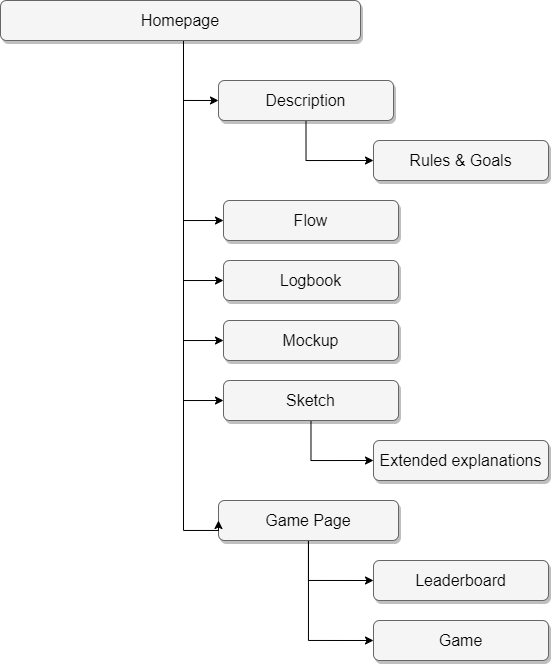
Earlier version of the draw.io export ressources/site/Sitemap.png (dehlya/TP1_start). Source tidied: cells renumbered, new cells last; positions are measured from the earlier drawing's top-left corner, leaving out a move shared by most shapes.
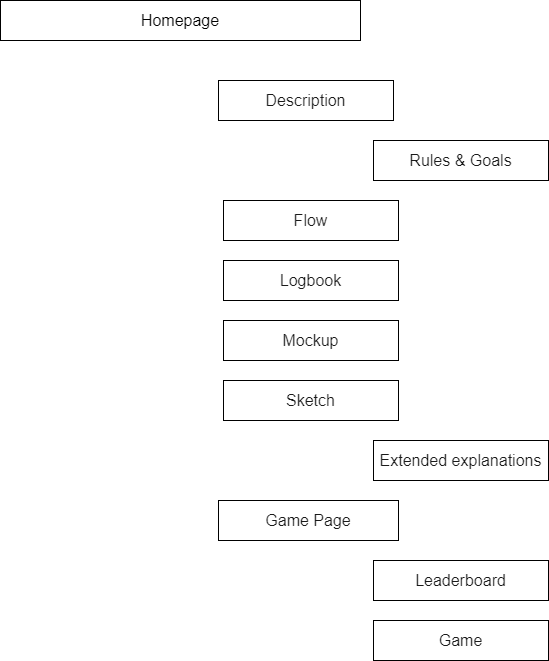
Later version of the same file.

Commit message:
Flow + sitemap

What changed in the source:
```diff
@@ -2,91 +2,91 @@
   <root>
     <mxCell id="0" style="html=1;" />
     <mxCell id="1" style="html=1;" parent="0" />
-    <mxCell id="2" style="edgeStyle=orthogonalEdgeStyle;rounded=0;jettySize=auto;html=1;entryX=0;entryY=0.5;entryDx=0;entryDy=0;exitX=0.5;exitY=1;exitDx=0;exitDy=0;" parent="1" edge="1" source="21" target="18">
+    <mxCell id="2" style="edgeStyle=orthogonalEdgeStyle;rounded=0;jettySize=auto;html=1;entryX=0;entryY=0.5;entryDx=0;entryDy=0;exitX=0.5;exitY=1;exitDx=0;exitDy=0;labelBackgroundColor=none;strokeColor=#FFFFFF;fontColor=default;fontSize=16;" parent="1" edge="1" source="21" target="18">
       <mxGeometry relative="1" as="geometry" />
     </mxCell>
-    <mxCell id="3" style="edgeStyle=orthogonalEdgeStyle;rounded=0;jettySize=auto;html=1;entryX=0;entryY=0.5;entryDx=0;entryDy=0;" parent="1" edge="1" source="5" target="17">
+    <mxCell id="3" style="edgeStyle=orthogonalEdgeStyle;rounded=0;jettySize=auto;html=1;entryX=0;entryY=0.5;entryDx=0;entryDy=0;labelBackgroundColor=none;strokeColor=#FFFFFF;fontColor=default;fontSize=16;" parent="1" edge="1" source="5" target="17">
       <mxGeometry relative="1" as="geometry" />
     </mxCell>
-    <mxCell id="4" style="edgeStyle=orthogonalEdgeStyle;rounded=0;jettySize=auto;html=1;entryX=0;entryY=0.5;entryDx=0;entryDy=0;" parent="1" edge="1" source="5" target="16">
+    <mxCell id="4" style="edgeStyle=orthogonalEdgeStyle;rounded=0;jettySize=auto;html=1;entryX=0;entryY=0.5;entryDx=0;entryDy=0;labelBackgroundColor=none;strokeColor=#FFFFFF;fontColor=default;fontSize=16;" parent="1" edge="1" source="5" target="16">
       <mxGeometry relative="1" as="geometry" />
     </mxCell>
-    <mxCell id="5" value="Game Page" style="whiteSpace=wrap;html=1;rounded=1;shadow=1;strokeWidth=1;fontSize=16;align=center;fillColor=#f5f5f5;strokeColor=#666666;" parent="1" vertex="1">
+    <mxCell id="5" value="Game Page" style="whiteSpace=wrap;html=1;rounded=0;shadow=0;strokeWidth=1;fontSize=16;align=center;labelBackgroundColor=none;fillColor=#FFFFFF;strokeColor=#000000;fontColor=#1A1A1A;glass=0;perimeterSpacing=0;gradientColor=none;" parent="1" vertex="1">
       <mxGeometry x="218" y="500" width="180" height="40" as="geometry" />
     </mxCell>
-    <mxCell id="6" style="edgeStyle=orthogonalEdgeStyle;rounded=0;jettySize=auto;html=1;entryX=0;entryY=0.5;entryDx=0;entryDy=0;" parent="1" edge="1" source="12" target="21">
+    <mxCell id="6" style="edgeStyle=orthogonalEdgeStyle;rounded=0;jettySize=auto;html=1;entryX=0;entryY=0.5;entryDx=0;entryDy=0;labelBackgroundColor=none;strokeColor=#FFFFFF;fontColor=default;fontSize=16;" parent="1" edge="1" source="12" target="21">
       <mxGeometry relative="1" as="geometry">
         <Array as="points">
           <mxPoint x="183" y="100" />
         </Array>
       </mxGeometry>
     </mxCell>
-    <mxCell id="7" style="edgeStyle=orthogonalEdgeStyle;rounded=0;jettySize=auto;html=1;entryX=0;entryY=0.5;entryDx=0;entryDy=0;" parent="1" edge="1" source="12" target="13">
+    <mxCell id="7" style="edgeStyle=orthogonalEdgeStyle;rounded=0;jettySize=auto;html=1;entryX=0;entryY=0.5;entryDx=0;entryDy=0;labelBackgroundColor=none;strokeColor=#FFFFFF;fontColor=default;fontSize=16;" parent="1" edge="1" source="12" target="13">
       <mxGeometry relative="1" as="geometry">
         <Array as="points">
           <mxPoint x="183" y="220" />
         </Array>
       </mxGeometry>
     </mxCell>
-    <mxCell id="8" style="edgeStyle=orthogonalEdgeStyle;rounded=0;jettySize=auto;html=1;entryX=0;entryY=0.5;entryDx=0;entryDy=0;" parent="1" edge="1" source="12" target="14">
+    <mxCell id="8" style="edgeStyle=orthogonalEdgeStyle;rounded=0;jettySize=auto;html=1;entryX=0;entryY=0.5;entryDx=0;entryDy=0;labelBackgroundColor=none;strokeColor=#FFFFFF;fontColor=default;fontSize=16;" parent="1" edge="1" source="12" target="14">
       <mxGeometry relative="1" as="geometry">
         <Array as="points">
           <mxPoint x="183" y="280" />
         </Array>
       </mxGeometry>
     </mxCell>
-    <mxCell id="9" style="edgeStyle=orthogonalEdgeStyle;rounded=0;jettySize=auto;html=1;entryX=0;entryY=0.5;entryDx=0;entryDy=0;" parent="1" edge="1" source="12" target="15">
+    <mxCell id="9" style="edgeStyle=orthogonalEdgeStyle;rounded=0;jettySize=auto;html=1;entryX=0;entryY=0.5;entryDx=0;entryDy=0;labelBackgroundColor=none;strokeColor=#FFFFFF;fontColor=default;fontSize=16;" parent="1" edge="1" source="12" target="15">
       <mxGeometry relative="1" as="geometry">
         <Array as="points">
           <mxPoint x="183" y="340" />
         </Array>
       </mxGeometry>
     </mxCell>
-    <mxCell id="10" style="edgeStyle=orthogonalEdgeStyle;rounded=0;jettySize=auto;html=1;entryX=0;entryY=0.5;entryDx=0;entryDy=0;" parent="1" edge="1" source="12" target="20">
+    <mxCell id="10" style="edgeStyle=orthogonalEdgeStyle;rounded=0;jettySize=auto;html=1;entryX=0;entryY=0.5;entryDx=0;entryDy=0;labelBackgroundColor=none;strokeColor=#FFFFFF;fontColor=default;fontSize=16;" parent="1" edge="1" source="12" target="20">
       <mxGeometry relative="1" as="geometry">
         <Array as="points">
           <mxPoint x="183" y="400" />
         </Array>
       </mxGeometry>
     </mxCell>
-    <mxCell id="11" style="edgeStyle=orthogonalEdgeStyle;rounded=0;jettySize=auto;html=1;entryX=0;entryY=0.5;entryDx=0;entryDy=0;" parent="1" edge="1" source="12" target="5">
+    <mxCell id="11" style="edgeStyle=orthogonalEdgeStyle;rounded=0;jettySize=auto;html=1;entryX=0;entryY=0.5;entryDx=0;entryDy=0;labelBackgroundColor=none;strokeColor=#FFFFFF;fontColor=default;fontSize=16;" parent="1" edge="1" source="12" target="5">
       <mxGeometry relative="1" as="geometry">
         <Array as="points">
-          <mxPoint x="183" y="530" />
+          <mxPoint x="183" y="520" />
         </Array>
       </mxGeometry>
     </mxCell>
-    <mxCell id="12" value="Homepage" style="whiteSpace=wrap;html=1;rounded=1;shadow=1;strokeWidth=1;fontSize=16;align=center;fillColor=#f5f5f5;strokeColor=#666666;" parent="1" vertex="1">
+    <mxCell id="12" value="Homepage" style="whiteSpace=wrap;html=1;rounded=0;shadow=0;strokeWidth=1;fontSize=16;align=center;labelBackgroundColor=none;glass=0;perimeterSpacing=0;strokeColor=#000000;" parent="1" vertex="1">
       <mxGeometry width="360" height="40" as="geometry" />
     </mxCell>
-    <mxCell id="13" value="Flow" style="whiteSpace=wrap;html=1;rounded=1;shadow=1;strokeWidth=1;fontSize=16;align=center;fillColor=#f5f5f5;strokeColor=#666666;" parent="1" vertex="1">
+    <mxCell id="13" value="Flow" style="whiteSpace=wrap;html=1;rounded=0;shadow=0;strokeWidth=1;fontSize=16;align=center;labelBackgroundColor=none;fillColor=#FFFFFF;strokeColor=#000000;fontColor=#1A1A1A;glass=0;perimeterSpacing=0;gradientColor=none;" parent="1" vertex="1">
       <mxGeometry x="223" y="200" width="175" height="40" as="geometry" />
     </mxCell>
-    <mxCell id="14" value="Logbook" style="whiteSpace=wrap;html=1;rounded=1;shadow=1;strokeWidth=1;fontSize=16;align=center;fillColor=#f5f5f5;strokeColor=#666666;" parent="1" vertex="1">
+    <mxCell id="14" value="Logbook" style="whiteSpace=wrap;html=1;rounded=0;shadow=0;strokeWidth=1;fontSize=16;align=center;labelBackgroundColor=none;fillColor=#FFFFFF;strokeColor=#000000;fontColor=#1A1A1A;glass=0;perimeterSpacing=0;gradientColor=none;" parent="1" vertex="1">
       <mxGeometry x="223" y="260" width="175" height="40" as="geometry" />
     </mxCell>
-    <mxCell id="15" value="Mockup" style="whiteSpace=wrap;html=1;rounded=1;shadow=1;strokeWidth=1;fontSize=16;align=center;fillColor=#f5f5f5;strokeColor=#666666;" parent="1" vertex="1">
+    <mxCell id="15" value="Mockup" style="whiteSpace=wrap;html=1;rounded=0;shadow=0;strokeWidth=1;fontSize=16;align=center;labelBackgroundColor=none;fillColor=#FFFFFF;strokeColor=#000000;fontColor=#1A1A1A;glass=0;perimeterSpacing=0;gradientColor=none;" parent="1" vertex="1">
       <mxGeometry x="223" y="320" width="175" height="40" as="geometry" />
     </mxCell>
-    <mxCell id="16" value="Game" style="whiteSpace=wrap;html=1;rounded=1;shadow=1;strokeWidth=1;fontSize=16;align=center;fillColor=#f5f5f5;strokeColor=#666666;" parent="1" vertex="1">
+    <mxCell id="16" value="Game" style="whiteSpace=wrap;html=1;rounded=0;shadow=0;strokeWidth=1;fontSize=16;align=center;labelBackgroundColor=none;fillColor=#FFFFFF;strokeColor=#000000;fontColor=#1A1A1A;glass=0;perimeterSpacing=0;gradientColor=none;" parent="1" vertex="1">
       <mxGeometry x="373" y="620" width="175" height="40" as="geometry" />
     </mxCell>
-    <mxCell id="17" value="Leaderboard" style="whiteSpace=wrap;html=1;rounded=1;shadow=1;strokeWidth=1;fontSize=16;align=center;fillColor=#f5f5f5;strokeColor=#666666;" parent="1" vertex="1">
+    <mxCell id="17" value="Leaderboard" style="whiteSpace=wrap;html=1;rounded=0;shadow=0;strokeWidth=1;fontSize=16;align=center;labelBackgroundColor=none;fillColor=#FFFFFF;strokeColor=#000000;fontColor=#1A1A1A;glass=0;perimeterSpacing=0;gradientColor=none;" parent="1" vertex="1">
       <mxGeometry x="373" y="560" width="175" height="40" as="geometry" />
     </mxCell>
-    <mxCell id="18" value="Rules &amp;amp; Goals" style="whiteSpace=wrap;html=1;rounded=1;shadow=1;strokeWidth=1;fontSize=16;align=center;fillColor=#f5f5f5;strokeColor=#666666;" parent="1" vertex="1">
+    <mxCell id="18" value="Rules &amp;amp; Goals" style="whiteSpace=wrap;html=1;rounded=0;shadow=0;strokeWidth=1;fontSize=16;align=center;labelBackgroundColor=none;fillColor=#FFFFFF;strokeColor=#000000;fontColor=#1A1A1A;glass=0;perimeterSpacing=0;gradientColor=none;" parent="1" vertex="1">
       <mxGeometry x="373" y="140" width="175" height="40" as="geometry" />
     </mxCell>
-    <mxCell id="19" style="edgeStyle=orthogonalEdgeStyle;rounded=0;jettySize=auto;html=1;entryX=0;entryY=0.5;entryDx=0;entryDy=0;" parent="1" edge="1" source="20" target="22">
+    <mxCell id="19" style="edgeStyle=orthogonalEdgeStyle;rounded=0;jettySize=auto;html=1;entryX=0;entryY=0.5;entryDx=0;entryDy=0;labelBackgroundColor=none;strokeColor=#FFFFFF;fontColor=default;fontSize=16;" parent="1" edge="1" source="20" target="22">
       <mxGeometry relative="1" as="geometry" />
     </mxCell>
-    <mxCell id="20" value="Sketch" style="whiteSpace=wrap;html=1;rounded=1;shadow=1;strokeWidth=1;fontSize=16;align=center;fillColor=#f5f5f5;strokeColor=#666666;" parent="1" vertex="1">
+    <mxCell id="20" value="Sketch" style="whiteSpace=wrap;html=1;rounded=0;shadow=0;strokeWidth=1;fontSize=16;align=center;labelBackgroundColor=none;fillColor=#FFFFFF;strokeColor=#000000;fontColor=#1A1A1A;glass=0;perimeterSpacing=0;gradientColor=none;" parent="1" vertex="1">
       <mxGeometry x="223" y="380" width="175" height="40" as="geometry" />
     </mxCell>
-    <mxCell id="21" value="Description" style="whiteSpace=wrap;html=1;rounded=1;shadow=1;strokeWidth=1;fontSize=16;align=center;fillColor=#f5f5f5;strokeColor=#666666;" parent="1" vertex="1">
+    <mxCell id="21" value="Description" style="whiteSpace=wrap;html=1;rounded=0;shadow=0;strokeWidth=1;fontSize=16;align=center;labelBackgroundColor=none;fillColor=#FFFFFF;strokeColor=#000000;fontColor=#1A1A1A;glass=0;perimeterSpacing=0;gradientColor=none;" parent="1" vertex="1">
       <mxGeometry x="218" y="80" width="175" height="40" as="geometry" />
     </mxCell>
-    <mxCell id="22" value="Extended explanations" style="whiteSpace=wrap;html=1;rounded=1;shadow=1;strokeWidth=1;fontSize=16;align=center;fillColor=#f5f5f5;strokeColor=#666666;" parent="1" vertex="1">
+    <mxCell id="22" value="Extended explanations" style="whiteSpace=wrap;html=1;rounded=0;shadow=0;strokeWidth=1;fontSize=16;align=center;labelBackgroundColor=none;fillColor=#FFFFFF;strokeColor=#000000;fontColor=#1A1A1A;glass=0;perimeterSpacing=0;gradientColor=none;" parent="1" vertex="1">
       <mxGeometry x="373" y="440" width="175" height="40" as="geometry" />
     </mxCell>
   </root>
```
